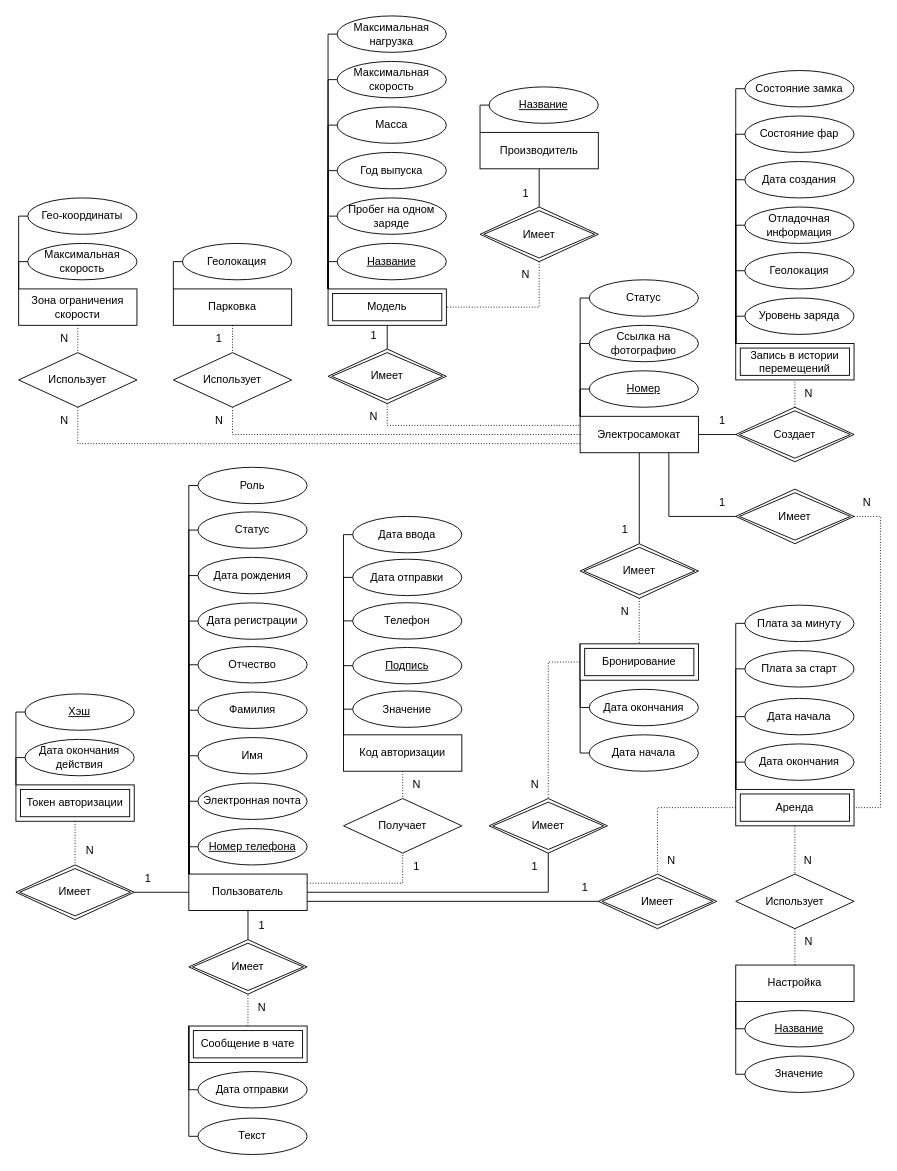
Above: docs/inc/img/er.drawio in matveycodes/bmstu-db-cw (draw.io), before the change. Source tidied: cells renumbered, new cells numbered last; positions are measured from the earlier drawing's top-left corner, leaving out a move shared by most shapes. Both pictures are drawn from the tidied source at 91%, with x=0, y=0 at pixel (15, 15).
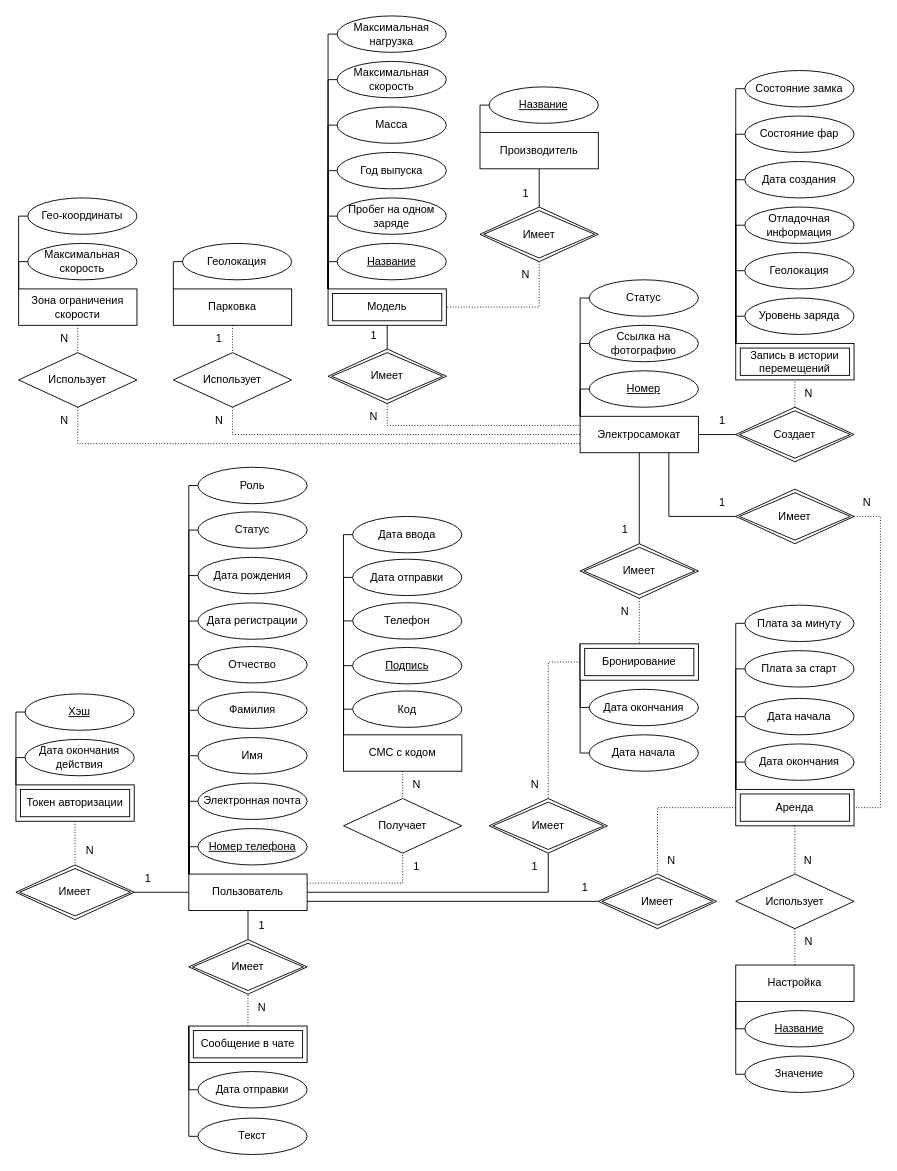
The same page after the edit.

The edit, as a diff of the source:
```diff
@@
-    <mxCell id="114" value="Код авторизации" style="rounded=0;whiteSpace=wrap;html=1;fontSize=12;" parent="1" vertex="1">
+    <mxCell id="114" value="СМС с кодом" style="rounded=0;whiteSpace=wrap;html=1;fontSize=12;" parent="1" vertex="1">
       <mxGeometry x="360" y="790" width="130" height="40" as="geometry" />
     </mxCell>
@@
-    <mxCell id="130" value="Значение" style="ellipse;whiteSpace=wrap;html=1;fontSize=12;" parent="1" vertex="1">
+    <mxCell id="130" value="Код" style="ellipse;whiteSpace=wrap;html=1;fontSize=12;" parent="1" vertex="1">
       <mxGeometry x="370" y="741.8" width="120" height="40" as="geometry" />
     </mxCell>
```
